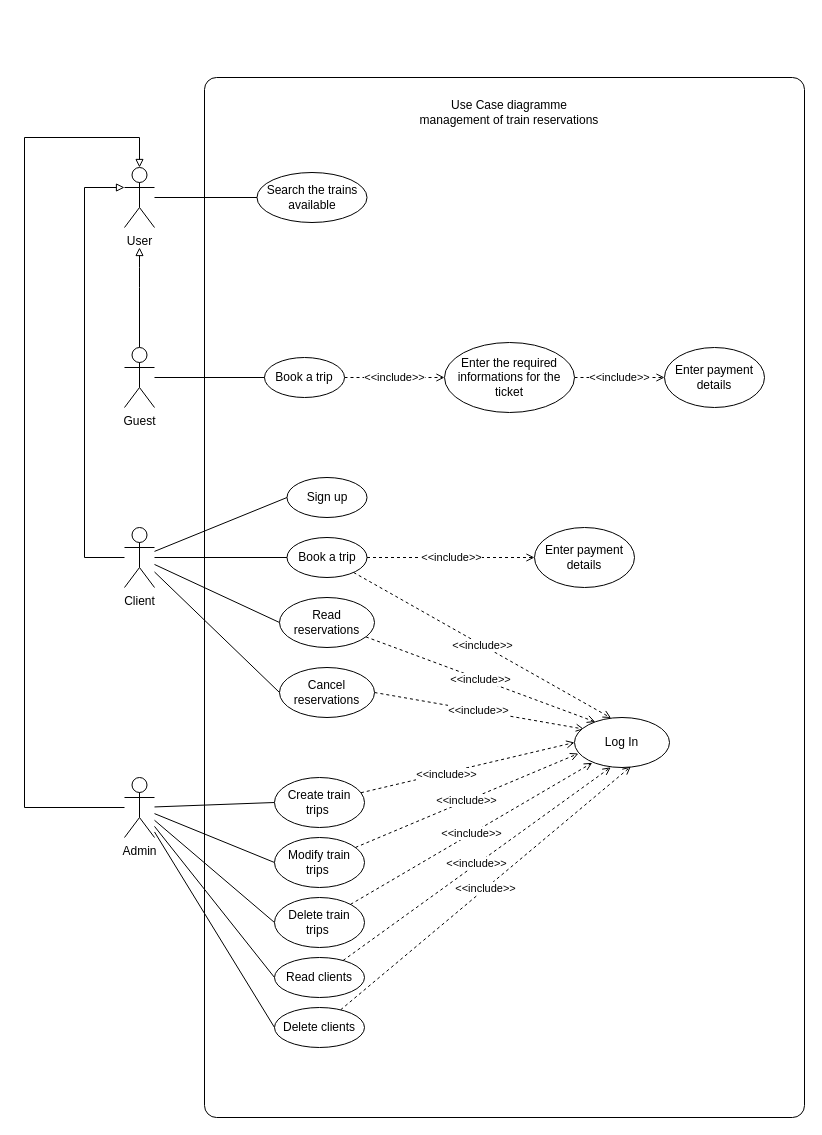
Above: UML/use-case.drawio in daalimouhcine/save_train (draw.io), before the change. Source tidied: cells renumbered, new cells numbered last; positions are measured from the earlier drawing's top-left corner, leaving out a move shared by most shapes. Both pictures are drawn from the tidied source at 100%, with x=0, y=0 at pixel (24, 77).
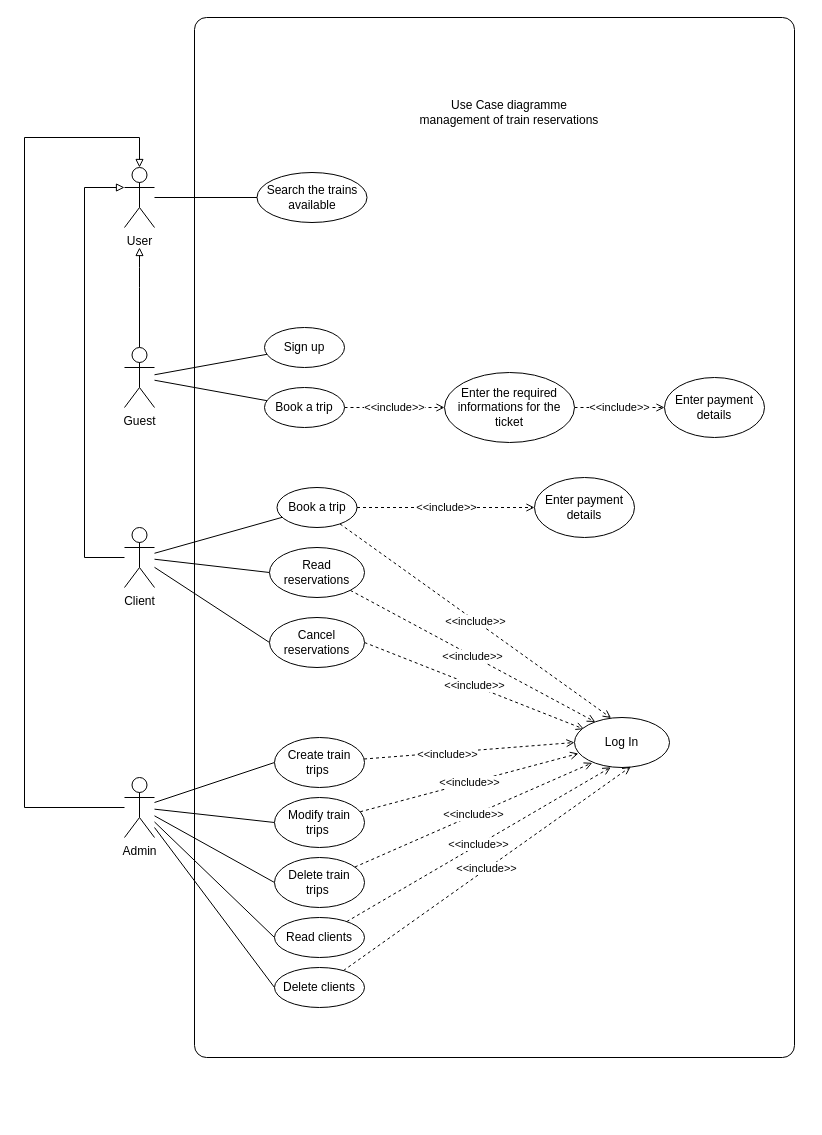
After the change.

The change refers to these unchanged cells:
```xml
<mxCell id="4" value="Guest" style="shape=umlActor;verticalLabelPosition=bottom;verticalAlign=top;html=1;outlineConnect=0;" parent="1" vertex="1">
  <mxGeometry x="100" y="270" width="30" height="60" as="geometry" />
</mxCell>
<mxCell id="10" value="Client" style="shape=umlActor;verticalLabelPosition=bottom;verticalAlign=top;html=1;outlineConnect=0;" parent="1" vertex="1">
  <mxGeometry x="100" y="450" width="30" height="60" as="geometry" />
</mxCell>
```

Diff of the diagram source:
```diff
@@
     <mxCell id="2" style="rounded=1;whiteSpace=wrap;html=1;arcSize=2;" parent="1" vertex="1">
-      <mxGeometry x="180" width="600" height="1040" as="geometry" />
+      <mxGeometry x="170" y="-60" width="600" height="1040" as="geometry" />
     </mxCell>
@@
+    <mxCell id="50" style="rounded=0;jettySize=auto;html=1;endArrow=none;endFill=0;" parent="1" edge="1" source="4" target="37">
+      <mxGeometry relative="1" as="geometry" />
+    </mxCell>
@@
-    <mxCell id="9" style="edgeStyle=none;rounded=0;jettySize=auto;html=1;entryX=0;entryY=0.5;entryDx=0;entryDy=0;endArrow=none;endFill=0;" parent="1" edge="1" source="10" target="37">
-      <mxGeometry relative="1" as="geometry" />
-    </mxCell>
@@
     <mxCell id="21" value="Book a trip" style="ellipse;whiteSpace=wrap;html=1;" parent="1" vertex="1">
-      <mxGeometry x="240" y="280" width="80" height="40" as="geometry" />
+      <mxGeometry x="240" y="310" width="80" height="40" as="geometry" />
     </mxCell>
@@
     <mxCell id="23" value="Cancel reservations" style="ellipse;whiteSpace=wrap;html=1;" parent="1" vertex="1">
-      <mxGeometry x="255" y="590" width="95" height="50" as="geometry" />
+      <mxGeometry x="245" y="540" width="95" height="50" as="geometry" />
     </mxCell>
@@
     <mxCell id="25" value="Enter the required informations for the ticket" style="ellipse;whiteSpace=wrap;html=1;" parent="1" vertex="1">
-      <mxGeometry x="420" y="265" width="130" height="70" as="geometry" />
+      <mxGeometry x="420" y="295" width="130" height="70" as="geometry" />
     </mxCell>
     <mxCell id="26" value="Enter payment details" style="ellipse;whiteSpace=wrap;html=1;" parent="1" vertex="1">
-      <mxGeometry x="640" y="270" width="100" height="60" as="geometry" />
+      <mxGeometry x="640" y="300" width="100" height="60" as="geometry" />
     </mxCell>
@@
     <mxCell id="33" value="Book a trip" style="ellipse;whiteSpace=wrap;html=1;" parent="1" vertex="1">
-      <mxGeometry x="262.5" y="460" width="80" height="40" as="geometry" />
+      <mxGeometry x="252.5" y="410" width="80" height="40" as="geometry" />
     </mxCell>
@@
     <mxCell id="35" value="Read reservations" style="ellipse;whiteSpace=wrap;html=1;" parent="1" vertex="1">
-      <mxGeometry x="255" y="520" width="95" height="50" as="geometry" />
+      <mxGeometry x="245" y="470" width="95" height="50" as="geometry" />
     </mxCell>
@@
-    <mxCell id="37" value="Sign up" style="ellipse;whiteSpace=wrap;html=1;" parent="1" vertex="1">
-      <mxGeometry x="262.5" y="400" width="80" height="40" as="geometry" />
-    </mxCell>
@@
     <mxCell id="40" value="Create train trips&amp;nbsp;" style="ellipse;whiteSpace=wrap;html=1;" parent="1" vertex="1">
-      <mxGeometry x="250" y="700" width="90" height="50" as="geometry" />
+      <mxGeometry x="250" y="660" width="90" height="50" as="geometry" />
     </mxCell>
@@
     <mxCell id="42" value="Modify train trips&amp;nbsp;" style="ellipse;whiteSpace=wrap;html=1;" parent="1" vertex="1">
-      <mxGeometry x="250" y="760" width="90" height="50" as="geometry" />
+      <mxGeometry x="250" y="720" width="90" height="50" as="geometry" />
     </mxCell>
@@
     <mxCell id="44" value="Delete train trips&amp;nbsp;" style="ellipse;whiteSpace=wrap;html=1;" parent="1" vertex="1">
-      <mxGeometry x="250" y="820" width="90" height="50" as="geometry" />
+      <mxGeometry x="250" y="780" width="90" height="50" as="geometry" />
     </mxCell>
@@
     <mxCell id="46" value="Read clients" style="ellipse;whiteSpace=wrap;html=1;" parent="1" vertex="1">
-      <mxGeometry x="250" y="880" width="90" height="40" as="geometry" />
+      <mxGeometry x="250" y="840" width="90" height="40" as="geometry" />
     </mxCell>
@@
     <mxCell id="48" value="Delete clients" style="ellipse;whiteSpace=wrap;html=1;" parent="1" vertex="1">
-      <mxGeometry x="250" y="930" width="90" height="40" as="geometry" />
+      <mxGeometry x="250" y="890" width="90" height="40" as="geometry" />
     </mxCell>
     <mxCell id="49" value="Enter payment details" style="ellipse;whiteSpace=wrap;html=1;" parent="1" vertex="1">
-      <mxGeometry x="510" y="450" width="100" height="60" as="geometry" />
+      <mxGeometry x="510" y="400" width="100" height="60" as="geometry" />
     </mxCell>
+    <mxCell id="37" value="Sign up" style="ellipse;whiteSpace=wrap;html=1;" parent="1" vertex="1">
+      <mxGeometry x="240" y="250" width="80" height="40" as="geometry" />
+    </mxCell>
```
